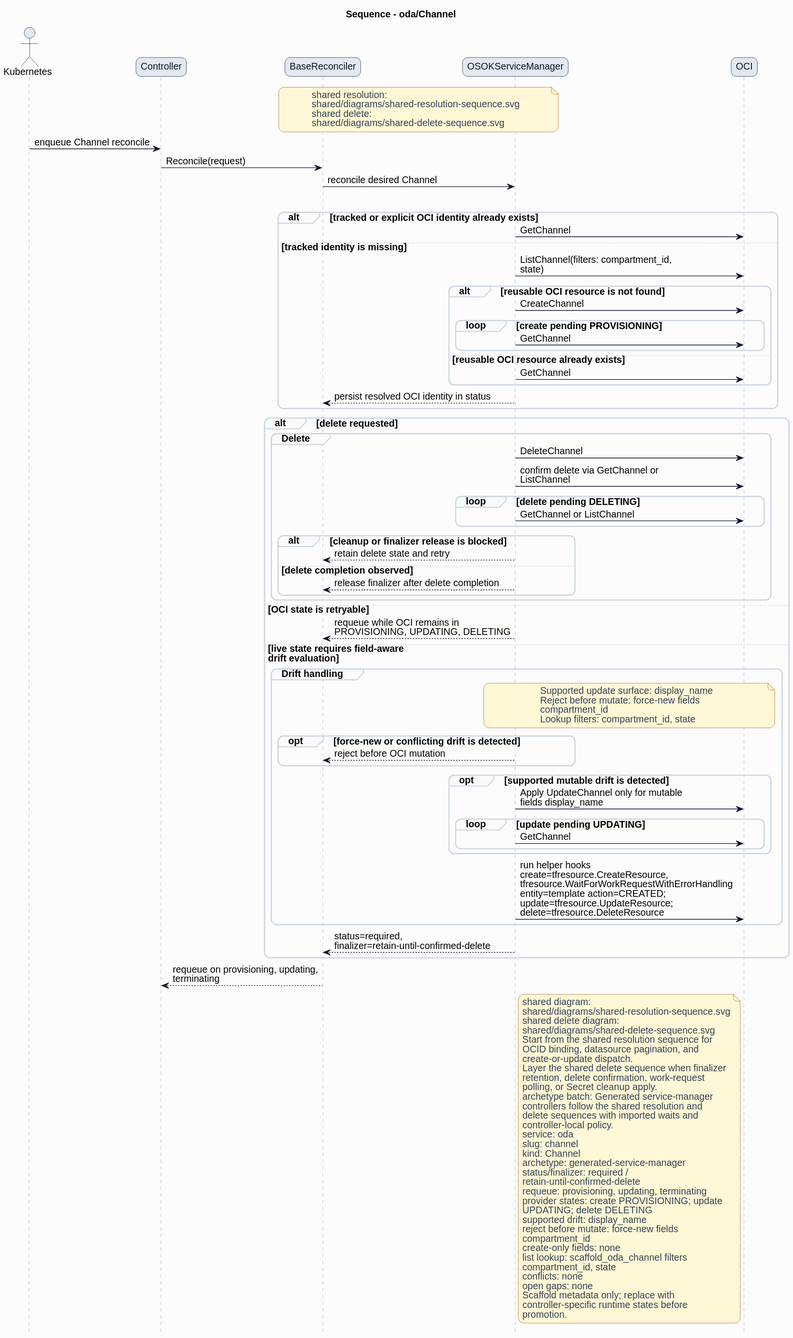
The PlantUML diagram formal/controllers/oda/channel/diagrams/sequence.svg in HaoyL666/oci-service-operator, before a commit.
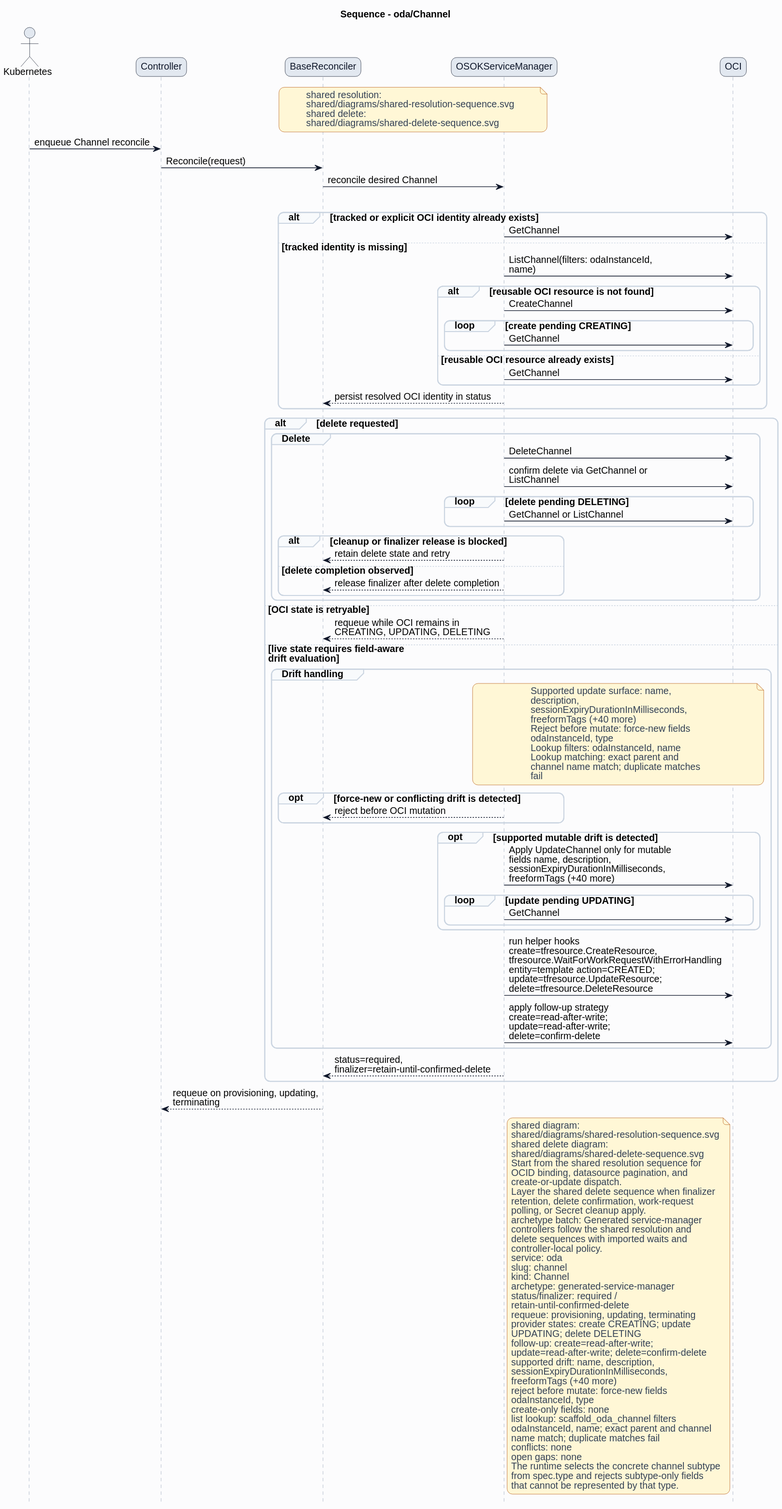
After the change.

Diff of the diagram source:
```diff
@@ -38,10 +38,10 @@
 alt tracked or explicit OCI identity already exists
 ServiceManager -> OCI: GetChannel
 else tracked identity is missing
-ServiceManager -> OCI: ListChannel(filters: compartment_id,\nstate)
+ServiceManager -> OCI: ListChannel(filters: odaInstanceId,\nname)
 alt reusable OCI resource is not found
 ServiceManager -> OCI: CreateChannel
-loop create pending PROVISIONING
+loop create pending CREATING
 ServiceManager -> OCI: GetChannel
 end
 else reusable OCI resource already exists
@@ -63,25 +63,32 @@
 end
 end
 else OCI state is retryable
-ServiceManager --> BaseReconciler: requeue while OCI remains in\nPROVISIONING, UPDATING, DELETING
+ServiceManager --> BaseReconciler: requeue while OCI remains in\nCREATING, UPDATING, DELETING
 else live state requires field-aware\ndrift evaluation
 group Drift handling
 note over ServiceManager,OCI
-Supported update surface: display_name
+Supported update surface: name,
+description,
+sessionExpiryDurationInMilliseconds,
+freeformTags (+40 more)
 Reject before mutate: force-new fields
-compartment_id
-Lookup filters: compartment_id, state
+odaInstanceId, type
+Lookup filters: odaInstanceId, name
+Lookup matching: exact parent and
+channel name match; duplicate matches
+fail
 end note
 opt force-new or conflicting drift is detected
 ServiceManager --> BaseReconciler: reject before OCI mutation
 end
 opt supported mutable drift is detected
-ServiceManager -> OCI: Apply UpdateChannel only for mutable\nfields display_name
+ServiceManager -> OCI: Apply UpdateChannel only for mutable\nfields name, description,\nsessionExpiryDurationInMilliseconds,\nfreeformTags (+40 more)
 loop update pending UPDATING
 ServiceManager -> OCI: GetChannel
 end
 end
 ServiceManager -> OCI: run helper hooks\ncreate=tfresource.CreateResource,\ntfresource.WaitForWorkRequestWithErrorHandling\nentity=template action=CREATED;\nupdate=tfresource.UpdateResource;\ndelete=tfresource.DeleteResource
+ServiceManager -> OCI: apply follow-up strategy\ncreate=read-after-write;\nupdate=read-after-write;\ndelete=confirm-delete
 end
 ServiceManager --> BaseReconciler: status=required,\nfinalizer=retain-until-confirmed-delete
 end
@@ -108,18 +115,23 @@
 status/finalizer: required /
 retain-until-confirmed-delete
 requeue: provisioning, updating, terminating
-provider states: create PROVISIONING; update
+provider states: create CREATING; update
 UPDATING; delete DELETING
-supported drift: display_name
+follow-up: create=read-after-write;
+update=read-after-write; delete=confirm-delete
+supported drift: name, description,
+sessionExpiryDurationInMilliseconds,
+freeformTags (+40 more)
 reject before mutate: force-new fields
-compartment_id
+odaInstanceId, type
 create-only fields: none
 list lookup: scaffold_oda_channel filters
-compartment_id, state
+odaInstanceId, name; exact parent and channel
+name match; duplicate matches fail
 conflicts: none
 open gaps: none
-Scaffold metadata only; replace with
-controller-specific runtime states before
-promotion.
+The runtime selects the concrete channel subtype
+from spec.type and rejects subtype-only fields
+that cannot be represented by that type.
 end note
 @enduml
```
